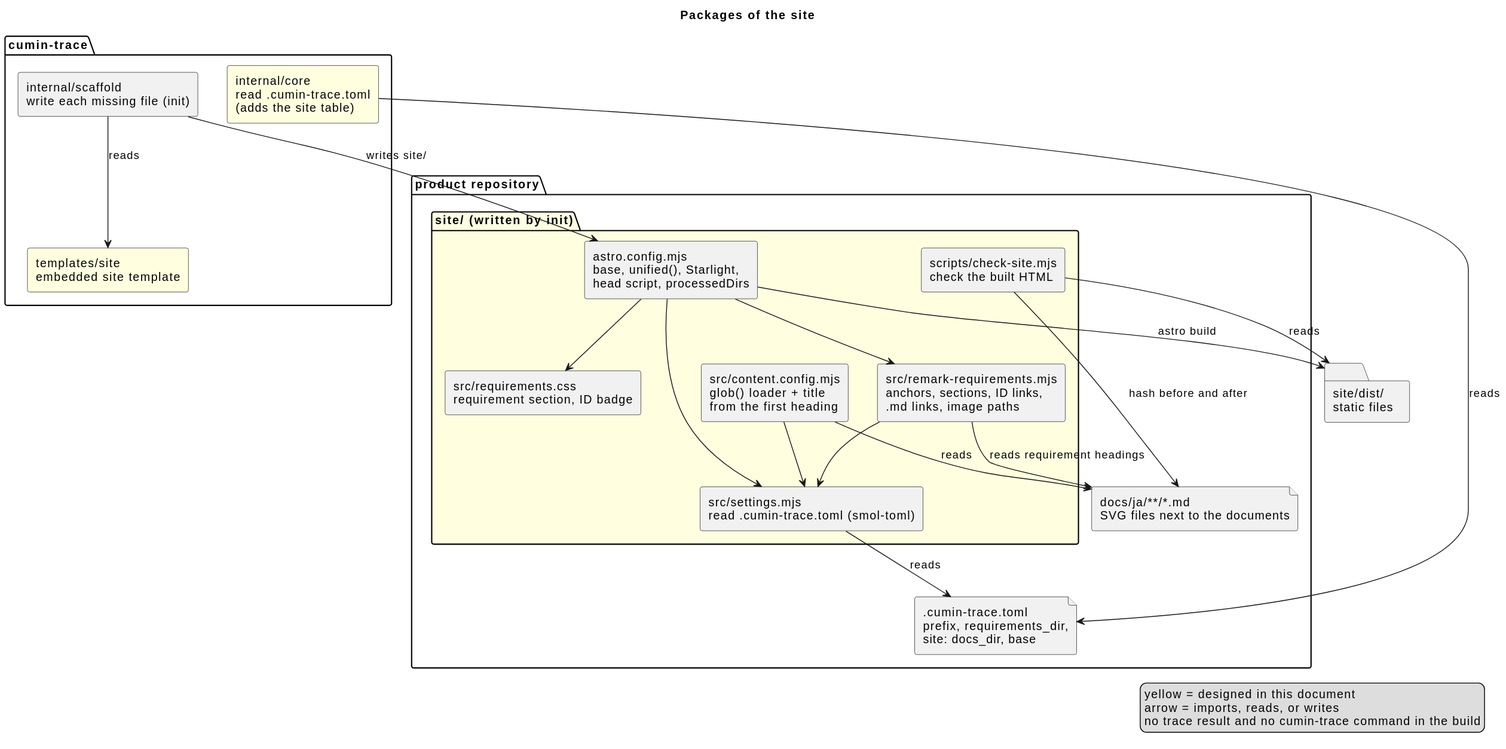
The PlantUML diagram docs/ja/designs/site/site-packages.svg in cloveclovedev/cumin-trace, before a commit.
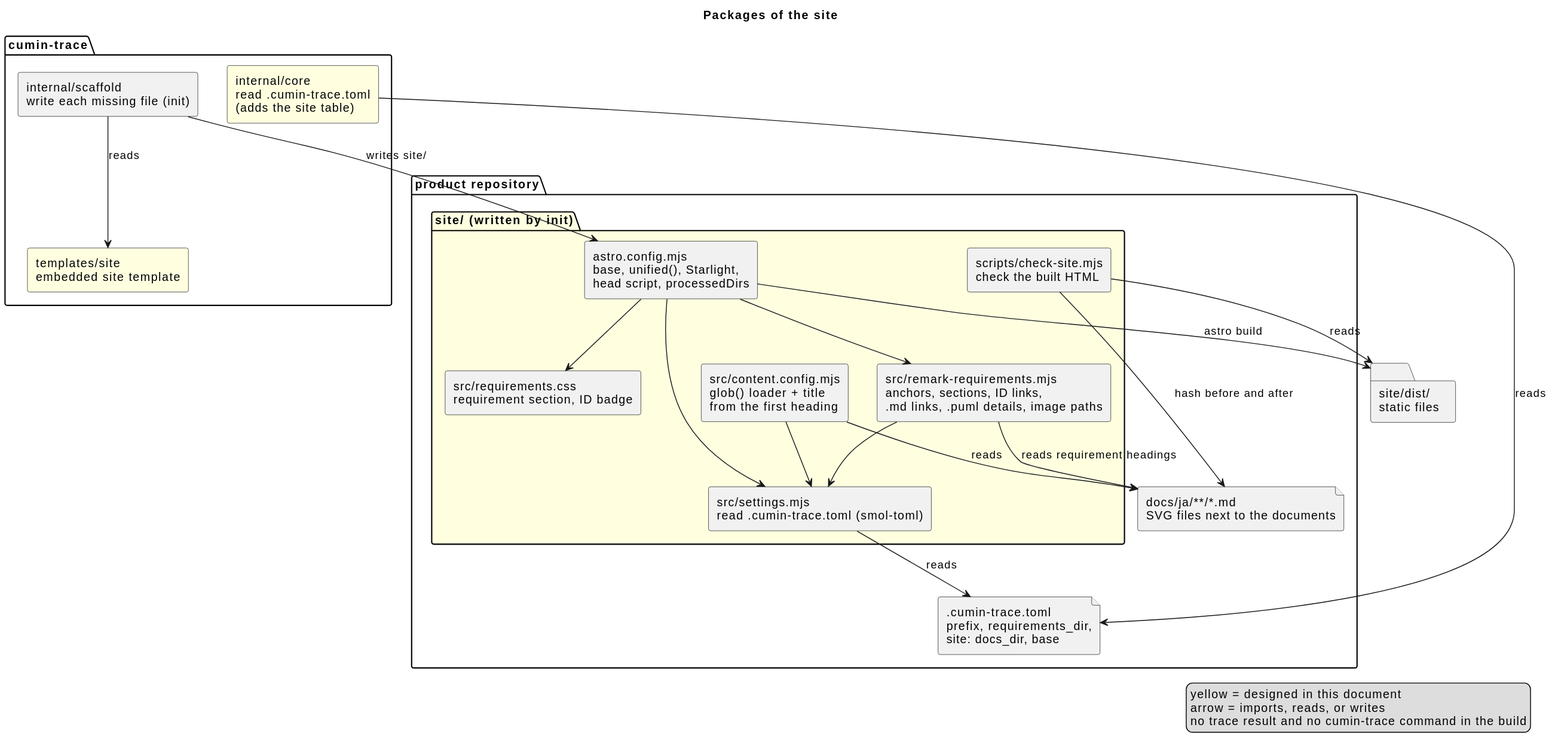
The same diagram one commit later.

Commit message:
docs(designs): read ID references on the shown text and follow CTR-SITE-010

Diff of the diagram source:
```diff
@@ -16,7 +16,7 @@
     [astro.config.mjs\nbase, unified(), Starlight,\nhead script, processedDirs] as config
     [src/settings.mjs\nread .cumin-trace.toml (smol-toml)] as settings
     [src/content.config.mjs\nglob() loader + title\nfrom the first heading] as loader
-    [src/remark-requirements.mjs\nanchors, sections, ID links,\n.md links, image paths] as remark
+    [src/remark-requirements.mjs\nanchors, sections, ID links,\n.md links, .puml details, image paths] as remark
     [src/requirements.css\nrequirement section, ID badge] as css
     [scripts/check-site.mjs\ncheck the built HTML] as check
   }
```
